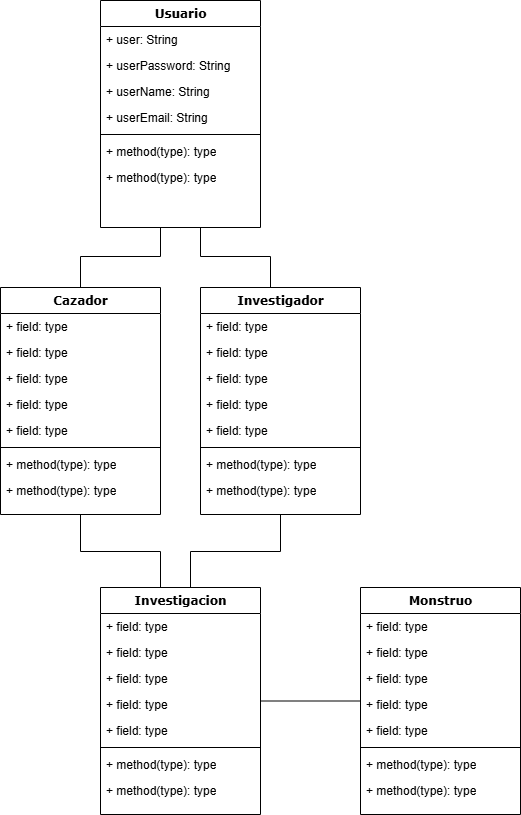
The draw.io diagram images/diagrama-de-clases.drawio.png in eduardosmoralesglez/diario-del-cazador-mhw, before a commit. Source tidied: cells renumbered, new cells last; positions are measured from the earlier drawing's top-left corner, leaving out a move shared by most shapes.
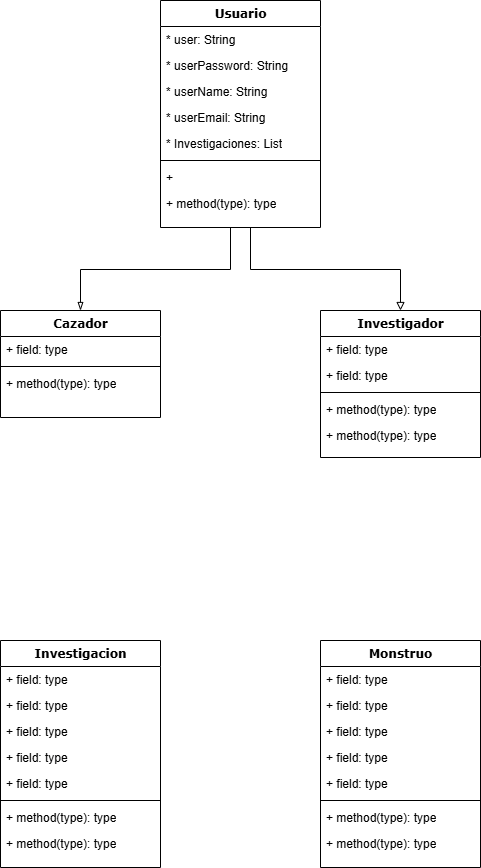
The same diagram one commit later.

Diff of the diagram source:
```diff
@@ -2,75 +2,63 @@
   <root>
     <mxCell id="0" />
     <mxCell id="1" parent="0" />
-    <mxCell id="2" style="edgeStyle=orthogonalEdgeStyle;rounded=0;jettySize=auto;html=1;endArrow=none;startFill=0;" parent="1" edge="1" source="4" target="12">
+    <mxCell id="2" style="edgeStyle=orthogonalEdgeStyle;rounded=0;jettySize=auto;html=1;strokeColor=#000000;endArrow=blockThin;endFill=0;" parent="1" edge="1" source="4" target="12">
       <mxGeometry relative="1" as="geometry">
         <Array as="points">
-          <mxPoint x="160" y="256" />
-          <mxPoint x="80" y="256" />
+          <mxPoint x="180" y="216" />
+          <mxPoint x="30" y="216" />
         </Array>
       </mxGeometry>
     </mxCell>
-    <mxCell id="3" style="edgeStyle=orthogonalEdgeStyle;rounded=0;jettySize=auto;html=1;endArrow=none;startFill=0;" parent="1" edge="1" source="4" target="21">
+    <mxCell id="3" style="edgeStyle=orthogonalEdgeStyle;rounded=0;jettySize=auto;html=1;endArrow=block;endFill=0;" parent="1" edge="1" source="4" target="21">
       <mxGeometry relative="1" as="geometry">
         <Array as="points">
-          <mxPoint x="200" y="256" />
-          <mxPoint x="270" y="256" />
+          <mxPoint x="200" y="216" />
+          <mxPoint x="350" y="216" />
         </Array>
       </mxGeometry>
     </mxCell>
     <mxCell id="4" value="Usuario" style="swimlane;html=1;fontStyle=1;align=center;verticalAlign=top;horizontal=1;startSize=26;swimlaneFillColor=#ffffff;rounded=0;shadow=0;comic=0;labelBackgroundColor=none;strokeWidth=1;fillColor=none;fontFamily=Verdana;fontSize=12;" parent="1" vertex="1">
-      <mxGeometry x="100" width="160" height="227" as="geometry" />
+      <mxGeometry x="110" y="-53" width="160" height="227" as="geometry" />
     </mxCell>
-    <mxCell id="5" value="+ user: String" style="text;html=1;strokeColor=none;fillColor=none;align=left;verticalAlign=top;spacingLeft=4;spacingRight=4;whiteSpace=wrap;overflow=hidden;" parent="4" vertex="1">
+    <mxCell id="5" value="* user: String" style="text;html=1;strokeColor=none;fillColor=none;align=left;verticalAlign=top;spacingLeft=4;spacingRight=4;whiteSpace=wrap;overflow=hidden;" parent="4" vertex="1">
       <mxGeometry y="26" width="160" height="26" as="geometry" />
     </mxCell>
-    <mxCell id="6" value="+ userPassword: String" style="text;html=1;strokeColor=none;fillColor=none;align=left;verticalAlign=top;spacingLeft=4;spacingRight=4;whiteSpace=wrap;overflow=hidden;" parent="4" vertex="1">
+    <mxCell id="6" value="* userPassword: String" style="text;html=1;strokeColor=none;fillColor=none;align=left;verticalAlign=top;spacingLeft=4;spacingRight=4;whiteSpace=wrap;overflow=hidden;" parent="4" vertex="1">
       <mxGeometry y="52" width="160" height="26" as="geometry" />
     </mxCell>
-    <mxCell id="7" value="+ userName: String" style="text;html=1;strokeColor=none;fillColor=none;align=left;verticalAlign=top;spacingLeft=4;spacingRight=4;whiteSpace=wrap;overflow=hidden;" parent="4" vertex="1">
+    <mxCell id="7" value="* userName: String" style="text;html=1;strokeColor=none;fillColor=none;align=left;verticalAlign=top;spacingLeft=4;spacingRight=4;whiteSpace=wrap;overflow=hidden;" parent="4" vertex="1">
       <mxGeometry y="78" width="160" height="26" as="geometry" />
     </mxCell>
-    <mxCell id="8" value="+ userEmail: String" style="text;html=1;strokeColor=none;fillColor=none;align=left;verticalAlign=top;spacingLeft=4;spacingRight=4;whiteSpace=wrap;overflow=hidden;" parent="4" vertex="1">
+    <mxCell id="8" value="* userEmail: String" style="text;html=1;strokeColor=none;fillColor=none;align=left;verticalAlign=top;spacingLeft=4;spacingRight=4;whiteSpace=wrap;overflow=hidden;" parent="4" vertex="1">
       <mxGeometry y="104" width="160" height="26" as="geometry" />
     </mxCell>
+    <mxCell id="51" value="* Investigaciones: List" style="text;html=1;strokeColor=none;fillColor=none;align=left;verticalAlign=top;spacingLeft=4;spacingRight=4;whiteSpace=wrap;overflow=hidden;" parent="4" vertex="1">
+      <mxGeometry y="130" width="160" height="26" as="geometry" />
+    </mxCell>
     <mxCell id="9" style="line;html=1;strokeWidth=1;fillColor=none;align=left;verticalAlign=middle;spacingTop=-1;spacingLeft=3;spacingRight=3;labelPosition=right;" parent="4" vertex="1">
-      <mxGeometry y="130" width="160" height="8" as="geometry" />
+      <mxGeometry y="156" width="160" height="8" as="geometry" />
     </mxCell>
-    <mxCell id="10" value="+ method(type): type" style="text;html=1;strokeColor=none;fillColor=none;align=left;verticalAlign=top;spacingLeft=4;spacingRight=4;whiteSpace=wrap;overflow=hidden;" parent="4" vertex="1">
-      <mxGeometry y="138" width="160" height="26" as="geometry" />
+    <mxCell id="10" value="+&amp;nbsp;" style="text;html=1;strokeColor=none;fillColor=none;align=left;verticalAlign=top;spacingLeft=4;spacingRight=4;whiteSpace=wrap;overflow=hidden;" parent="4" vertex="1">
+      <mxGeometry y="164" width="160" height="26" as="geometry" />
     </mxCell>
     <mxCell id="11" value="+ method(type): type" style="text;html=1;strokeColor=none;fillColor=none;align=left;verticalAlign=top;spacingLeft=4;spacingRight=4;whiteSpace=wrap;overflow=hidden;" parent="4" vertex="1">
-      <mxGeometry y="164" width="160" height="26" as="geometry" />
+      <mxGeometry y="190" width="160" height="26" as="geometry" />
     </mxCell>
     <mxCell id="12" value="Cazador" style="swimlane;html=1;fontStyle=1;align=center;verticalAlign=top;horizontal=1;startSize=26;swimlaneFillColor=#ffffff;rounded=0;shadow=0;comic=0;labelBackgroundColor=none;strokeWidth=1;fillColor=none;fontFamily=Verdana;fontSize=12;" parent="1" vertex="1">
-      <mxGeometry y="287" width="160" height="227" as="geometry" />
+      <mxGeometry x="-50" y="257" width="160" height="107" as="geometry" />
     </mxCell>
     <mxCell id="13" value="+ field: type" style="text;html=1;strokeColor=none;fillColor=none;align=left;verticalAlign=top;spacingLeft=4;spacingRight=4;whiteSpace=wrap;overflow=hidden;" parent="12" vertex="1">
       <mxGeometry y="26" width="160" height="26" as="geometry" />
     </mxCell>
-    <mxCell id="14" value="+ field: type" style="text;html=1;strokeColor=none;fillColor=none;align=left;verticalAlign=top;spacingLeft=4;spacingRight=4;whiteSpace=wrap;overflow=hidden;" parent="12" vertex="1">
-      <mxGeometry y="52" width="160" height="26" as="geometry" />
-    </mxCell>
-    <mxCell id="15" value="+ field: type" style="text;html=1;strokeColor=none;fillColor=none;align=left;verticalAlign=top;spacingLeft=4;spacingRight=4;whiteSpace=wrap;overflow=hidden;" parent="12" vertex="1">
-      <mxGeometry y="78" width="160" height="26" as="geometry" />
-    </mxCell>
-    <mxCell id="16" value="+ field: type" style="text;html=1;strokeColor=none;fillColor=none;align=left;verticalAlign=top;spacingLeft=4;spacingRight=4;whiteSpace=wrap;overflow=hidden;" parent="12" vertex="1">
-      <mxGeometry y="104" width="160" height="26" as="geometry" />
-    </mxCell>
-    <mxCell id="17" value="+ field: type" style="text;html=1;strokeColor=none;fillColor=none;align=left;verticalAlign=top;spacingLeft=4;spacingRight=4;whiteSpace=wrap;overflow=hidden;" parent="12" vertex="1">
-      <mxGeometry y="130" width="160" height="26" as="geometry" />
-    </mxCell>
     <mxCell id="18" style="line;html=1;strokeWidth=1;fillColor=none;align=left;verticalAlign=middle;spacingTop=-1;spacingLeft=3;spacingRight=3;labelPosition=right;" parent="12" vertex="1">
-      <mxGeometry y="156" width="160" height="8" as="geometry" />
+      <mxGeometry y="52" width="160" height="8" as="geometry" />
     </mxCell>
     <mxCell id="19" value="+ method(type): type" style="text;html=1;strokeColor=none;fillColor=none;align=left;verticalAlign=top;spacingLeft=4;spacingRight=4;whiteSpace=wrap;overflow=hidden;" parent="12" vertex="1">
-      <mxGeometry y="164" width="160" height="26" as="geometry" />
+      <mxGeometry y="60" width="160" height="26" as="geometry" />
     </mxCell>
-    <mxCell id="20" value="+ method(type): type" style="text;html=1;strokeColor=none;fillColor=none;align=left;verticalAlign=top;spacingLeft=4;spacingRight=4;whiteSpace=wrap;overflow=hidden;" parent="12" vertex="1">
-      <mxGeometry y="190" width="160" height="26" as="geometry" />
-    </mxCell>
     <mxCell id="21" value="Investigador" style="swimlane;html=1;fontStyle=1;align=center;verticalAlign=top;horizontal=1;startSize=26;swimlaneFillColor=#ffffff;rounded=0;shadow=0;comic=0;labelBackgroundColor=none;strokeWidth=1;fillColor=none;fontFamily=Verdana;fontSize=12;" parent="1" vertex="1">
-      <mxGeometry x="200" y="287" width="160" height="227" as="geometry" />
+      <mxGeometry x="270" y="257" width="160" height="147" as="geometry" />
     </mxCell>
     <mxCell id="22" value="+ field: type" style="text;html=1;strokeColor=none;fillColor=none;align=left;verticalAlign=top;spacingLeft=4;spacingRight=4;whiteSpace=wrap;overflow=hidden;" parent="21" vertex="1">
       <mxGeometry y="26" width="160" height="26" as="geometry" />
@@ -78,45 +66,17 @@
     <mxCell id="23" value="+ field: type" style="text;html=1;strokeColor=none;fillColor=none;align=left;verticalAlign=top;spacingLeft=4;spacingRight=4;whiteSpace=wrap;overflow=hidden;" parent="21" vertex="1">
       <mxGeometry y="52" width="160" height="26" as="geometry" />
     </mxCell>
-    <mxCell id="24" value="+ field: type" style="text;html=1;strokeColor=none;fillColor=none;align=left;verticalAlign=top;spacingLeft=4;spacingRight=4;whiteSpace=wrap;overflow=hidden;" parent="21" vertex="1">
-      <mxGeometry y="78" width="160" height="26" as="geometry" />
-    </mxCell>
-    <mxCell id="25" value="+ field: type" style="text;html=1;strokeColor=none;fillColor=none;align=left;verticalAlign=top;spacingLeft=4;spacingRight=4;whiteSpace=wrap;overflow=hidden;" parent="21" vertex="1">
-      <mxGeometry y="104" width="160" height="26" as="geometry" />
-    </mxCell>
-    <mxCell id="26" value="+ field: type" style="text;html=1;strokeColor=none;fillColor=none;align=left;verticalAlign=top;spacingLeft=4;spacingRight=4;whiteSpace=wrap;overflow=hidden;" parent="21" vertex="1">
-      <mxGeometry y="130" width="160" height="26" as="geometry" />
-    </mxCell>
     <mxCell id="27" style="line;html=1;strokeWidth=1;fillColor=none;align=left;verticalAlign=middle;spacingTop=-1;spacingLeft=3;spacingRight=3;labelPosition=right;" parent="21" vertex="1">
-      <mxGeometry y="156" width="160" height="8" as="geometry" />
+      <mxGeometry y="78" width="160" height="8" as="geometry" />
     </mxCell>
     <mxCell id="28" value="+ method(type): type" style="text;html=1;strokeColor=none;fillColor=none;align=left;verticalAlign=top;spacingLeft=4;spacingRight=4;whiteSpace=wrap;overflow=hidden;" parent="21" vertex="1">
-      <mxGeometry y="164" width="160" height="26" as="geometry" />
+      <mxGeometry y="86" width="160" height="26" as="geometry" />
     </mxCell>
     <mxCell id="29" value="+ method(type): type" style="text;html=1;strokeColor=none;fillColor=none;align=left;verticalAlign=top;spacingLeft=4;spacingRight=4;whiteSpace=wrap;overflow=hidden;" parent="21" vertex="1">
-      <mxGeometry y="190" width="160" height="26" as="geometry" />
+      <mxGeometry y="112" width="160" height="26" as="geometry" />
     </mxCell>
-    <mxCell id="30" style="edgeStyle=orthogonalEdgeStyle;rounded=0;jettySize=auto;html=1;endArrow=none;startFill=0;" parent="1" edge="1" source="33" target="42">
-      <mxGeometry relative="1" as="geometry" />
-    </mxCell>
-    <mxCell id="31" style="edgeStyle=orthogonalEdgeStyle;rounded=0;jettySize=auto;html=1;endArrow=none;startFill=0;" parent="1" edge="1" source="33" target="12">
-      <mxGeometry relative="1" as="geometry">
-        <Array as="points">
-          <mxPoint x="160" y="551" />
-          <mxPoint x="80" y="551" />
-        </Array>
-      </mxGeometry>
-    </mxCell>
-    <mxCell id="32" style="edgeStyle=orthogonalEdgeStyle;rounded=0;jettySize=auto;html=1;endArrow=none;startFill=0;" parent="1" edge="1" source="33" target="21">
-      <mxGeometry relative="1" as="geometry">
-        <Array as="points">
-          <mxPoint x="190" y="551" />
-          <mxPoint x="280" y="551" />
-        </Array>
-      </mxGeometry>
-    </mxCell>
     <mxCell id="33" value="Investigacion" style="swimlane;html=1;fontStyle=1;align=center;verticalAlign=top;horizontal=1;startSize=26;swimlaneFillColor=#ffffff;rounded=0;shadow=0;comic=0;labelBackgroundColor=none;strokeWidth=1;fillColor=none;fontFamily=Verdana;fontSize=12;" parent="1" vertex="1">
-      <mxGeometry x="100" y="587" width="160" height="227" as="geometry" />
+      <mxGeometry x="-50" y="587" width="160" height="227" as="geometry" />
     </mxCell>
     <mxCell id="34" value="+ field: type" style="text;html=1;strokeColor=none;fillColor=none;align=left;verticalAlign=top;spacingLeft=4;spacingRight=4;whiteSpace=wrap;overflow=hidden;" parent="33" vertex="1">
       <mxGeometry y="26" width="160" height="26" as="geometry" />
@@ -143,7 +103,7 @@
       <mxGeometry y="190" width="160" height="26" as="geometry" />
     </mxCell>
     <mxCell id="42" value="Monstruo" style="swimlane;html=1;fontStyle=1;align=center;verticalAlign=top;horizontal=1;startSize=26;swimlaneFillColor=#ffffff;rounded=0;shadow=0;comic=0;labelBackgroundColor=none;strokeWidth=1;fillColor=none;fontFamily=Verdana;fontSize=12;" parent="1" vertex="1">
-      <mxGeometry x="360" y="587" width="160" height="227" as="geometry" />
+      <mxGeometry x="270" y="587" width="160" height="227" as="geometry" />
     </mxCell>
     <mxCell id="43" value="+ field: type" style="text;html=1;strokeColor=none;fillColor=none;align=left;verticalAlign=top;spacingLeft=4;spacingRight=4;whiteSpace=wrap;overflow=hidden;" parent="42" vertex="1">
       <mxGeometry y="26" width="160" height="26" as="geometry" />
```
